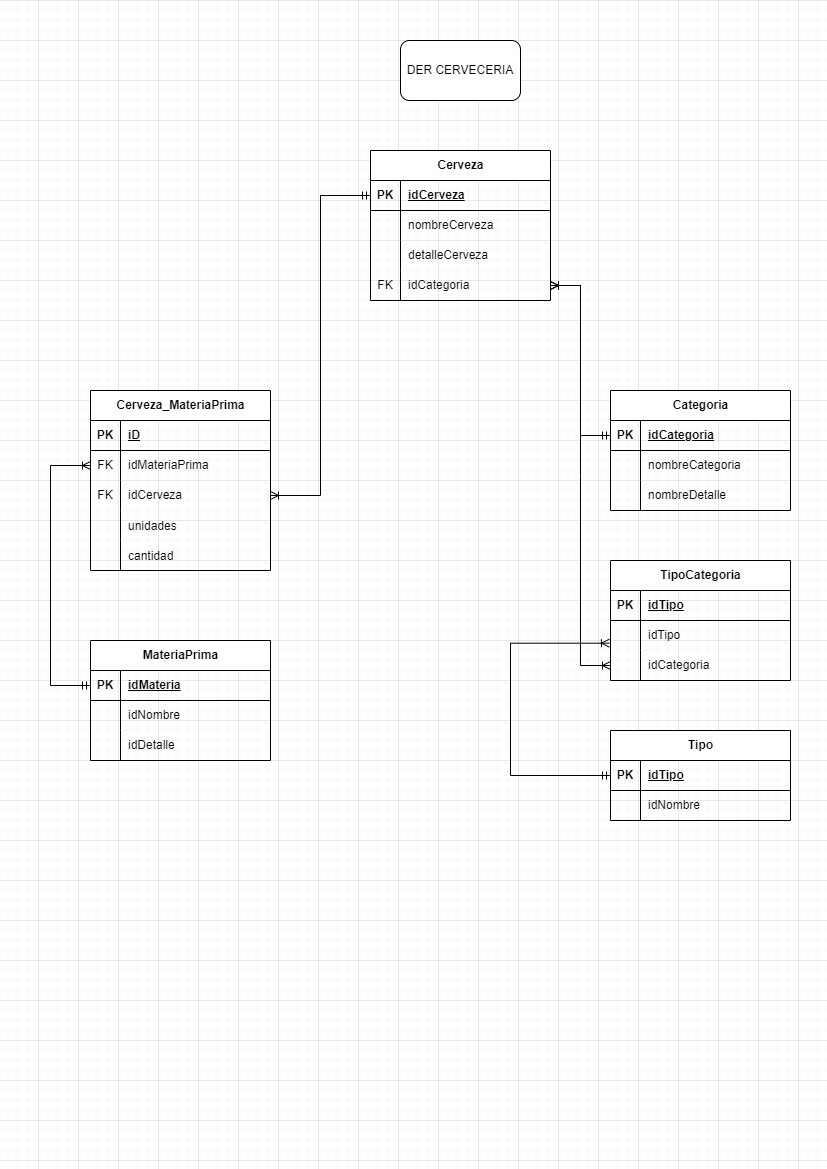
This is DER_Cerveceria.drawio.png from Anexis19/Cedinsi_Mod3_DataBases, a draw.io export, as it was before one commit. Source tidied: cells renumbered, new cells last; positions are measured from the earlier drawing's top-left corner, leaving out a move shared by most shapes.
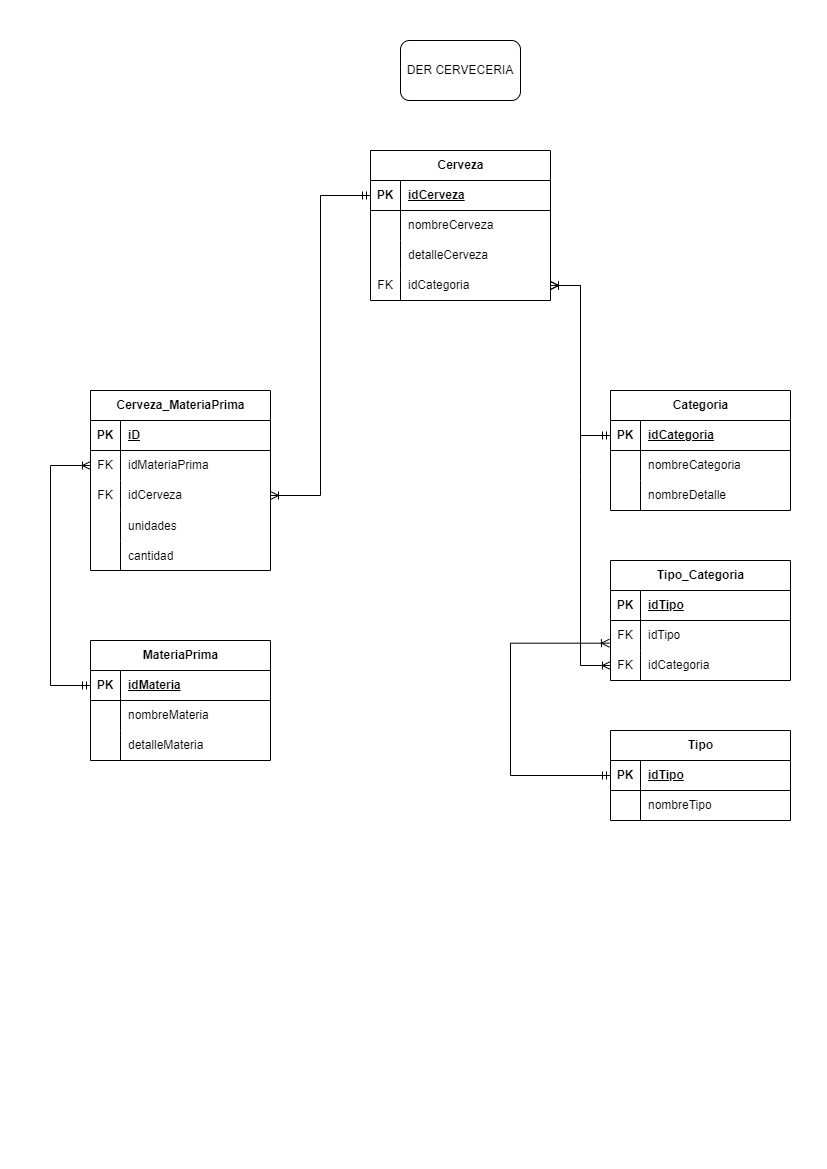
Later version of the same file.

Commit message:
Update2.Actualizacion de Diagrama de Relacion - Entidad DER. Igualmente, definicion de sentencias SQL para la definicion de tablas en MYSQL SHELL. Practica2

Diff of the diagram source:
```diff
@@ -110,7 +110,7 @@
     <mxCell id="37" style="shape=partialRectangle;fillColor=none;top=0;left=0;bottom=0;right=0;overflow=hidden;whiteSpace=wrap;html=1;" parent="36" vertex="1">
       <mxGeometry width="30" height="30" as="geometry" />
     </mxCell>
-    <mxCell id="38" value="idNombre" style="shape=partialRectangle;fillColor=none;top=0;left=0;bottom=0;right=0;align=left;spacingLeft=6;overflow=hidden;whiteSpace=wrap;html=1;" parent="36" vertex="1">
+    <mxCell id="38" value="nombreMateria" style="shape=partialRectangle;fillColor=none;top=0;left=0;bottom=0;right=0;align=left;spacingLeft=6;overflow=hidden;whiteSpace=wrap;html=1;" parent="36" vertex="1">
       <mxGeometry x="30" width="150" height="30" as="geometry" />
     </mxCell>
     <mxCell id="39" style="shape=tableRow;horizontal=0;startSize=0;swimlaneHead=0;swimlaneBody=0;fillColor=none;top=0;left=0;right=0;bottom=0;" parent="32" vertex="1">
@@ -119,7 +119,7 @@
     <mxCell id="40" style="shape=partialRectangle;fillColor=none;top=0;left=0;bottom=0;right=0;overflow=hidden;whiteSpace=wrap;html=1;" parent="39" vertex="1">
       <mxGeometry width="30" height="30" as="geometry" />
     </mxCell>
-    <mxCell id="41" value="idDetalle" style="shape=partialRectangle;fillColor=none;top=0;left=0;bottom=0;right=0;align=left;spacingLeft=6;overflow=hidden;whiteSpace=wrap;html=1;" parent="39" vertex="1">
+    <mxCell id="41" value="detalleMateria" style="shape=partialRectangle;fillColor=none;top=0;left=0;bottom=0;right=0;align=left;spacingLeft=6;overflow=hidden;whiteSpace=wrap;html=1;" parent="39" vertex="1">
       <mxGeometry x="30" width="150" height="30" as="geometry" />
     </mxCell>
     <mxCell id="42" value="Categoria" style="shape=table;startSize=30;rowLines=0;fontStyle=1;align=center;html=1;" parent="1" vertex="1">
@@ -152,7 +152,7 @@
     <mxCell id="51" value="nombreDetalle" style="shape=partialRectangle;fillColor=none;top=0;left=0;bottom=0;right=0;align=left;spacingLeft=6;overflow=hidden;whiteSpace=wrap;html=1;" parent="49" vertex="1">
       <mxGeometry x="30" width="150" height="30" as="geometry" />
     </mxCell>
-    <mxCell id="52" value="TipoCategoria" style="shape=table;startSize=30;rowLines=0;fontStyle=1;align=center;html=1;" parent="1" vertex="1">
+    <mxCell id="52" value="Tipo_Categoria" style="shape=table;startSize=30;rowLines=0;fontStyle=1;align=center;html=1;" parent="1" vertex="1">
       <mxGeometry x="560" y="520" width="180" height="120" as="geometry" />
     </mxCell>
     <mxCell id="53" style="shape=tableRow;horizontal=0;startSize=0;swimlaneHead=0;swimlaneBody=0;fillColor=none;top=0;left=0;right=0;bottom=1;" parent="52" vertex="1">
@@ -167,7 +167,7 @@
     <mxCell id="56" style="shape=tableRow;horizontal=0;startSize=0;swimlaneHead=0;swimlaneBody=0;fillColor=none;points=[[0,0.5],[1,0.5]];portConstraint=eastwest;top=0;left=0;right=0;bottom=0;" parent="52" vertex="1">
       <mxGeometry y="60" width="180" height="30" as="geometry" />
     </mxCell>
-    <mxCell id="57" style="shape=partialRectangle;fillColor=none;top=0;left=0;bottom=0;right=0;overflow=hidden;whiteSpace=wrap;html=1;" parent="56" vertex="1">
+    <mxCell id="57" value="FK" style="shape=partialRectangle;fillColor=none;top=0;left=0;bottom=0;right=0;overflow=hidden;whiteSpace=wrap;html=1;" parent="56" vertex="1">
       <mxGeometry width="30" height="30" as="geometry" />
     </mxCell>
     <mxCell id="58" value="idTipo" style="shape=partialRectangle;fillColor=none;top=0;left=0;bottom=0;right=0;align=left;spacingLeft=6;overflow=hidden;whiteSpace=wrap;html=1;" parent="56" vertex="1">
@@ -176,7 +176,7 @@
     <mxCell id="59" style="shape=tableRow;horizontal=0;startSize=0;swimlaneHead=0;swimlaneBody=0;fillColor=none;points=[[0,0.5],[1,0.5]];portConstraint=eastwest;top=0;left=0;right=0;bottom=0;" parent="52" vertex="1">
       <mxGeometry y="90" width="180" height="30" as="geometry" />
     </mxCell>
-    <mxCell id="60" style="shape=partialRectangle;fillColor=none;top=0;left=0;bottom=0;right=0;overflow=hidden;whiteSpace=wrap;html=1;" parent="59" vertex="1">
+    <mxCell id="60" value="FK" style="shape=partialRectangle;fillColor=none;top=0;left=0;bottom=0;right=0;overflow=hidden;whiteSpace=wrap;html=1;" parent="59" vertex="1">
       <mxGeometry width="30" height="30" as="geometry" />
     </mxCell>
     <mxCell id="61" value="idCategoria" style="shape=partialRectangle;fillColor=none;top=0;left=0;bottom=0;right=0;align=left;spacingLeft=6;overflow=hidden;whiteSpace=wrap;html=1;" parent="59" vertex="1">
@@ -200,7 +200,7 @@
     <mxCell id="67" style="shape=partialRectangle;fillColor=none;top=0;left=0;bottom=0;right=0;overflow=hidden;whiteSpace=wrap;html=1;" parent="66" vertex="1">
       <mxGeometry width="30" height="30" as="geometry" />
     </mxCell>
-    <mxCell id="68" value="idNombre" style="shape=partialRectangle;fillColor=none;top=0;left=0;bottom=0;right=0;align=left;spacingLeft=6;overflow=hidden;whiteSpace=wrap;html=1;" parent="66" vertex="1">
+    <mxCell id="68" value="nombreTipo" style="shape=partialRectangle;fillColor=none;top=0;left=0;bottom=0;right=0;align=left;spacingLeft=6;overflow=hidden;whiteSpace=wrap;html=1;" parent="66" vertex="1">
       <mxGeometry x="30" width="150" height="30" as="geometry" />
     </mxCell>
     <mxCell id="69" style="edgeStyle=orthogonalEdgeStyle;fontSize=12;html=1;endArrow=ERmandOne;startArrow=ERoneToMany;rounded=0;endFill=0;startFill=0;entryX=0;entryY=0.5;entryDx=0;entryDy=0;exitX=1;exitY=0.5;exitDx=0;exitDy=0;" parent="1" edge="1" source="23" target="3">
```
